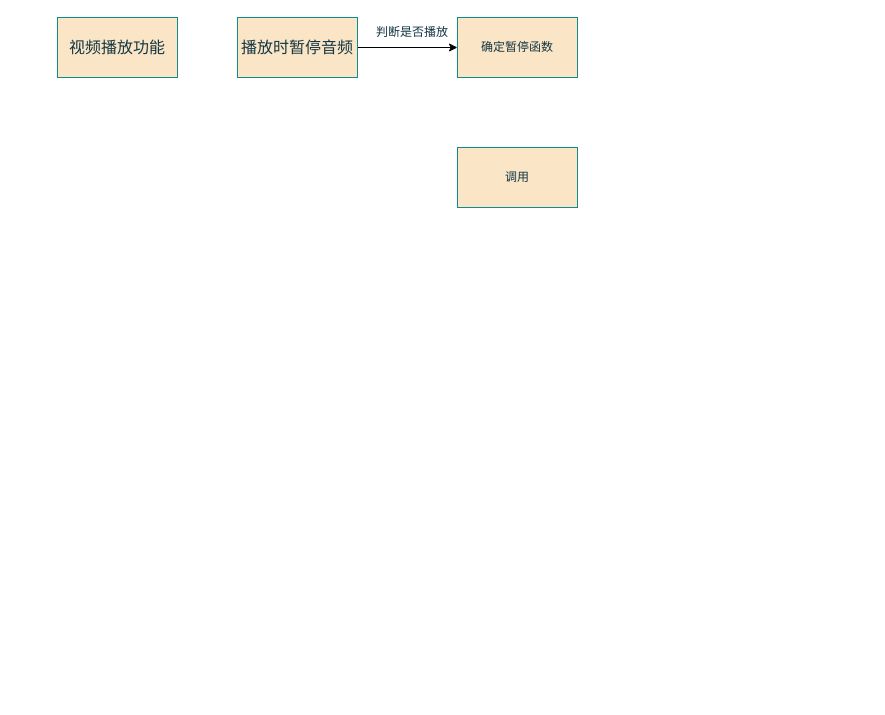
Above: 项目实践.drawio in includexhg/include.github.io (draw.io), before the change. Source tidied: cells renumbered, new cells numbered last; positions are measured from the earlier drawing's top-left corner, leaving out a move shared by most shapes. Both pictures are drawn from the tidied source at 100%, with x=0, y=0 at pixel (57, 17).
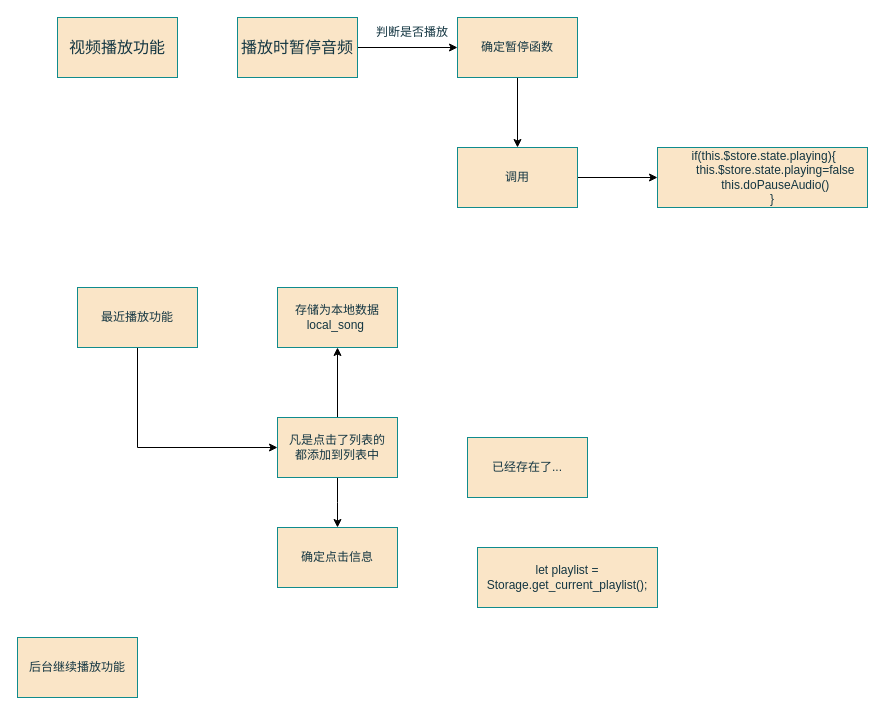
After the change.

Commit message:
更新项目实践.drawio

The change refers to these unchanged cells:
```xml
<mxCell id="5" value="确定暂停函数" style="whiteSpace=wrap;html=1;strokeColor=#0F8B8D;fontFamily=Helvetica;fontSize=12;fontColor=#143642;fillColor=#FAE5C7;" parent="1" vertex="1">
  <mxGeometry x="400" width="120" height="60" as="geometry" />
</mxCell>
<mxCell id="6" value="调用" style="whiteSpace=wrap;html=1;strokeColor=#0F8B8D;fontFamily=Helvetica;fontSize=12;fontColor=#143642;fillColor=#FAE5C7;" parent="1" vertex="1">
  <mxGeometry x="400" y="130" width="120" height="60" as="geometry" />
</mxCell>
```

Diff of the diagram source:
```diff
@@
+    <mxCell id="8" style="edgeStyle=orthogonalEdgeStyle;rounded=0;jettySize=auto;html=1;entryX=0.5;entryY=0;entryDx=0;entryDy=0;fontFamily=Helvetica;fontSize=12;fontColor=#143642;" parent="1" edge="1" source="5" target="6">
+      <mxGeometry relative="1" as="geometry" />
+    </mxCell>
@@
+    <mxCell id="9" style="edgeStyle=orthogonalEdgeStyle;rounded=0;jettySize=auto;html=1;exitX=1;exitY=0.5;exitDx=0;exitDy=0;fontFamily=Helvetica;fontSize=12;fontColor=#143642;" parent="1" edge="1" source="6" target="10">
+      <mxGeometry relative="1" as="geometry" />
+    </mxCell>
@@
+    <mxCell id="10" value="&lt;div&gt;&amp;nbsp;if(this.$store.state.playing){&lt;/div&gt;&lt;div&gt;&amp;nbsp; &amp;nbsp; &amp;nbsp; &amp;nbsp; this.$store.state.playing=false&lt;/div&gt;&lt;div&gt;&amp;nbsp; &amp;nbsp; &amp;nbsp; &amp;nbsp; this.doPauseAudio()&lt;/div&gt;&lt;div&gt;&amp;nbsp; &amp;nbsp; &amp;nbsp; }&lt;/div&gt;" style="whiteSpace=wrap;html=1;strokeColor=#0F8B8D;fontFamily=Helvetica;fontSize=12;fontColor=#143642;fillColor=#FAE5C7;" parent="1" vertex="1">
+      <mxGeometry x="600" y="130" width="210" height="60" as="geometry" />
+    </mxCell>
+    <mxCell id="11" style="edgeStyle=orthogonalEdgeStyle;rounded=0;jettySize=auto;html=1;exitX=0.5;exitY=1;exitDx=0;exitDy=0;entryX=0;entryY=0.5;entryDx=0;entryDy=0;fontFamily=Helvetica;fontSize=12;fontColor=#143642;" parent="1" edge="1" source="12" target="16">
+      <mxGeometry relative="1" as="geometry" />
+    </mxCell>
+    <mxCell id="12" value="最近播放功能" style="whiteSpace=wrap;html=1;strokeColor=#0F8B8D;fontFamily=Helvetica;fontSize=12;fontColor=#143642;fillColor=#FAE5C7;" parent="1" vertex="1">
+      <mxGeometry x="20" y="270" width="120" height="60" as="geometry" />
+    </mxCell>
+    <mxCell id="13" value="存储为本地数据 local_song&amp;nbsp;" style="whiteSpace=wrap;html=1;strokeColor=#0F8B8D;fontFamily=Helvetica;fontSize=12;fontColor=#143642;fillColor=#FAE5C7;" parent="1" vertex="1">
+      <mxGeometry x="220" y="270" width="120" height="60" as="geometry" />
+    </mxCell>
+    <mxCell id="14" style="edgeStyle=orthogonalEdgeStyle;rounded=0;jettySize=auto;html=1;fontFamily=Helvetica;fontSize=12;fontColor=#143642;" parent="1" edge="1" source="16" target="13">
+      <mxGeometry relative="1" as="geometry" />
+    </mxCell>
+    <mxCell id="15" style="edgeStyle=orthogonalEdgeStyle;rounded=0;jettySize=auto;html=1;fontFamily=Helvetica;fontSize=12;fontColor=#143642;" parent="1" edge="1" source="16">
+      <mxGeometry relative="1" as="geometry">
+        <mxPoint x="280" y="510" as="targetPoint" />
+      </mxGeometry>
+    </mxCell>
+    <mxCell id="16" value="凡是点击了列表的&lt;br&gt;都添加到列表中" style="whiteSpace=wrap;html=1;strokeColor=#0F8B8D;fontFamily=Helvetica;fontSize=12;fontColor=#143642;fillColor=#FAE5C7;" parent="1" vertex="1">
+      <mxGeometry x="220" y="400" width="120" height="60" as="geometry" />
+    </mxCell>
+    <mxCell id="17" value="确定点击信息" style="whiteSpace=wrap;html=1;strokeColor=#0F8B8D;fontFamily=Helvetica;fontSize=12;fontColor=#143642;fillColor=#FAE5C7;" parent="1" vertex="1">
+      <mxGeometry x="220" y="510" width="120" height="60" as="geometry" />
+    </mxCell>
+    <mxCell id="18" value="已经存在了..." style="whiteSpace=wrap;html=1;strokeColor=#0F8B8D;fontFamily=Helvetica;fontSize=12;fontColor=#143642;fillColor=#FAE5C7;" parent="1" vertex="1">
+      <mxGeometry x="410" y="420" width="120" height="60" as="geometry" />
+    </mxCell>
+    <mxCell id="19" value="let playlist = Storage.get_current_playlist();" style="whiteSpace=wrap;html=1;strokeColor=#0F8B8D;fontFamily=Helvetica;fontSize=12;fontColor=#143642;fillColor=#FAE5C7;" parent="1" vertex="1">
+      <mxGeometry x="420" y="530" width="180" height="60" as="geometry" />
+    </mxCell>
+    <mxCell id="20" value="后台继续播放功能" style="whiteSpace=wrap;html=1;strokeColor=#0F8B8D;fontFamily=Helvetica;fontSize=12;fontColor=#143642;fillColor=#FAE5C7;" parent="1" vertex="1">
+      <mxGeometry x="-40" y="620" width="120" height="60" as="geometry" />
+    </mxCell>
```
